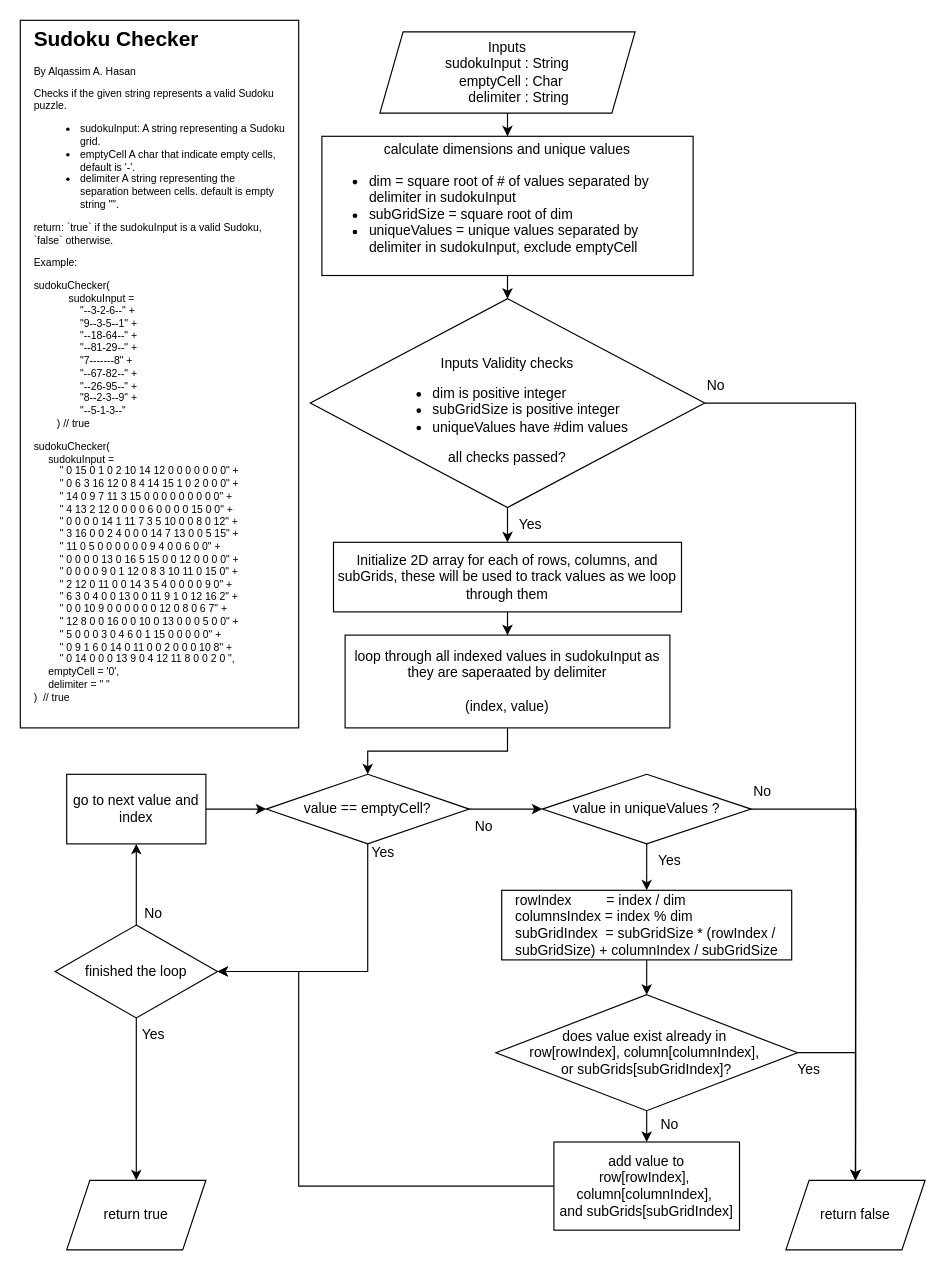
This is src/tasks/sudokuChecker/sudokuChecker.drawio from Al-Qassim/TheChance2025, a draw.io file, before an edit. Source tidied: cells renumbered, new cells numbered last; positions are measured from the earlier drawing's top-left corner, leaving out a move shared by most shapes. Both pictures are drawn from the tidied source at 116%, with x=0, y=0 at pixel (20, 20).
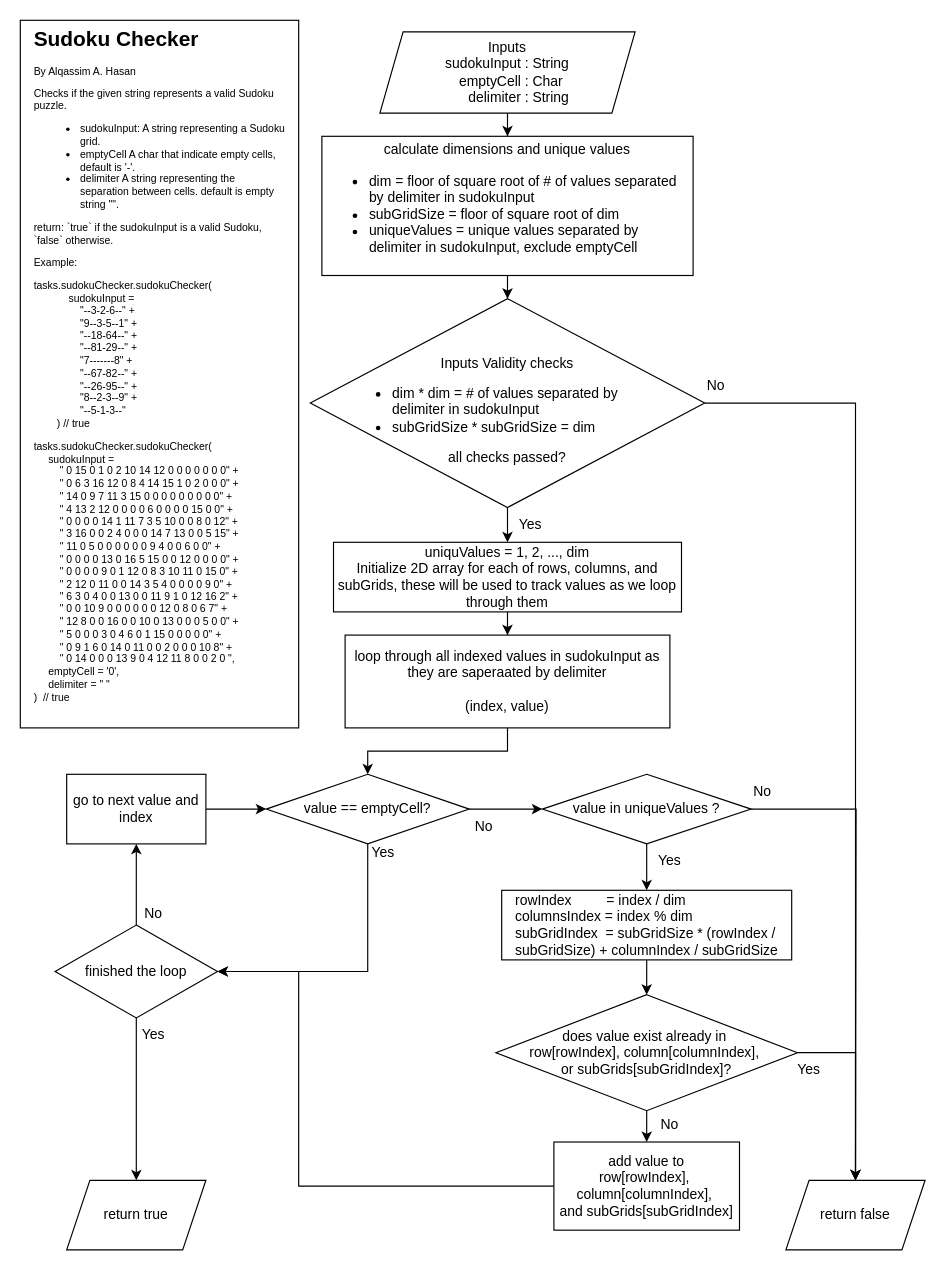
The same diagram, later.

Commit message (it also covers changes not shown here):
made the SudokuAnalyzer class for the sudoku checker

Diff of the diagram source:
```diff
@@
-    <mxCell id="4" value="&lt;h1 style=&quot;margin-top: 0px;&quot;&gt;Sudoku Checker&lt;/h1&gt;&lt;p style=&quot;line-height: 100%;&quot;&gt;By Alqassim A. Hasan&lt;/p&gt;&lt;p&gt;Checks if the given string represents a valid Sudoku puzzle.&lt;/p&gt;&lt;ul&gt;&lt;li&gt;sudokuInput: A string representing a Sudoku grid.&lt;/li&gt;&lt;li&gt;emptyCell A char that indicate empty cells, default is '-'.&lt;/li&gt;&lt;li&gt;delimiter A string representing the separation between cells. default is empty string &quot;&quot;.&lt;/li&gt;&lt;/ul&gt;&lt;p&gt;return: `true` if the sudokuInput is a valid Sudoku, `false` otherwise.&lt;br&gt;&lt;/p&gt;&lt;p&gt;Example:&lt;/p&gt;&lt;p&gt;sudokuChecker(&lt;br&gt;&amp;nbsp;&amp;nbsp;&amp;nbsp;&amp;nbsp;&amp;nbsp;&amp;nbsp;&amp;nbsp;&amp;nbsp;&amp;nbsp;&amp;nbsp;&amp;nbsp; sudokuInput =&lt;br&gt;&amp;nbsp;&amp;nbsp;&amp;nbsp;&amp;nbsp;&amp;nbsp;&amp;nbsp;&amp;nbsp;&amp;nbsp;&amp;nbsp;&amp;nbsp;&amp;nbsp;&amp;nbsp;&amp;nbsp;&amp;nbsp;&amp;nbsp; &quot;--3-2-6--&quot; +&lt;br&gt;&amp;nbsp;&amp;nbsp;&amp;nbsp;&amp;nbsp;&amp;nbsp;&amp;nbsp;&amp;nbsp;&amp;nbsp;&amp;nbsp;&amp;nbsp;&amp;nbsp;&amp;nbsp;&amp;nbsp;&amp;nbsp;&amp;nbsp; &quot;9--3-5--1&quot; +&lt;br&gt;&amp;nbsp;&amp;nbsp;&amp;nbsp;&amp;nbsp;&amp;nbsp;&amp;nbsp;&amp;nbsp;&amp;nbsp;&amp;nbsp;&amp;nbsp;&amp;nbsp;&amp;nbsp;&amp;nbsp;&amp;nbsp;&amp;nbsp; &quot;--18-64--&quot; +&lt;br&gt;&amp;nbsp;&amp;nbsp;&amp;nbsp;&amp;nbsp;&amp;nbsp;&amp;nbsp;&amp;nbsp;&amp;nbsp;&amp;nbsp;&amp;nbsp;&amp;nbsp;&amp;nbsp;&amp;nbsp;&amp;nbsp;&amp;nbsp; &quot;--81-29--&quot; +&lt;br&gt;&amp;nbsp;&amp;nbsp;&amp;nbsp;&amp;nbsp;&amp;nbsp;&amp;nbsp;&amp;nbsp;&amp;nbsp;&amp;nbsp;&amp;nbsp;&amp;nbsp;&amp;nbsp;&amp;nbsp;&amp;nbsp;&amp;nbsp; &quot;7-------8&quot; +&lt;br&gt;&amp;nbsp;&amp;nbsp;&amp;nbsp;&amp;nbsp;&amp;nbsp;&amp;nbsp;&amp;nbsp;&amp;nbsp;&amp;nbsp;&amp;nbsp;&amp;nbsp;&amp;nbsp;&amp;nbsp;&amp;nbsp;&amp;nbsp; &quot;--67-82--&quot; +&lt;br&gt;&amp;nbsp;&amp;nbsp;&amp;nbsp;&amp;nbsp;&amp;nbsp;&amp;nbsp;&amp;nbsp;&amp;nbsp;&amp;nbsp;&amp;nbsp;&amp;nbsp;&amp;nbsp;&amp;nbsp;&amp;nbsp;&amp;nbsp; &quot;--26-95--&quot; +&lt;br&gt;&amp;nbsp;&amp;nbsp;&amp;nbsp;&amp;nbsp;&amp;nbsp;&amp;nbsp;&amp;nbsp;&amp;nbsp;&amp;nbsp;&amp;nbsp;&amp;nbsp;&amp;nbsp;&amp;nbsp;&amp;nbsp;&amp;nbsp; &quot;8--2-3--9&quot; +&lt;br&gt;&amp;nbsp;&amp;nbsp;&amp;nbsp;&amp;nbsp;&amp;nbsp;&amp;nbsp;&amp;nbsp;&amp;nbsp;&amp;nbsp;&amp;nbsp;&amp;nbsp;&amp;nbsp;&amp;nbsp;&amp;nbsp;&amp;nbsp; &quot;--5-1-3--&quot;&lt;br&gt;&amp;nbsp;&amp;nbsp;&amp;nbsp;&amp;nbsp;&amp;nbsp;&amp;nbsp;&amp;nbsp; ) // true&lt;/p&gt;&lt;p&gt;sudokuChecker(&lt;br&gt;&amp;nbsp;&amp;nbsp;&amp;nbsp;&amp;nbsp; sudokuInput =&lt;br&gt;&amp;nbsp;&amp;nbsp;&amp;nbsp;&amp;nbsp;&amp;nbsp;&amp;nbsp;&amp;nbsp;&amp;nbsp; &quot; 0 15 0 1 0 2 10 14 12 0 0 0 0 0 0 0&quot; +&lt;br&gt;&amp;nbsp;&amp;nbsp;&amp;nbsp;&amp;nbsp;&amp;nbsp;&amp;nbsp;&amp;nbsp;&amp;nbsp; &quot; 0 6 3 16 12 0 8 4 14 15 1 0 2 0 0 0&quot; +&lt;br&gt;&amp;nbsp;&amp;nbsp;&amp;nbsp;&amp;nbsp;&amp;nbsp;&amp;nbsp;&amp;nbsp;&amp;nbsp; &quot; 14 0 9 7 11 3 15 0 0 0 0 0 0 0 0 0&quot; +&lt;br&gt;&amp;nbsp;&amp;nbsp;&amp;nbsp;&amp;nbsp;&amp;nbsp;&amp;nbsp;&amp;nbsp;&amp;nbsp; &quot; 4 13 2 12 0 0 0 0 6 0 0 0 0 15 0 0&quot; +&lt;br&gt;&amp;nbsp;&amp;nbsp;&amp;nbsp;&amp;nbsp;&amp;nbsp;&amp;nbsp;&amp;nbsp;&amp;nbsp; &quot; 0 0 0 0 14 1 11 7 3 5 10 0 0 8 0 12&quot; +&lt;br&gt;&amp;nbsp;&amp;nbsp;&amp;nbsp;&amp;nbsp;&amp;nbsp;&amp;nbsp;&amp;nbsp;&amp;nbsp; &quot; 3 16 0 0 2 4 0 0 0 14 7 13 0 0 5 15&quot; +&lt;br&gt;&amp;nbsp;&amp;nbsp;&amp;nbsp;&amp;nbsp;&amp;nbsp;&amp;nbsp;&amp;nbsp;&amp;nbsp; &quot; 11 0 5 0 0 0 0 0 0 9 4 0 0 6 0 0&quot; +&lt;br&gt;&amp;nbsp;&amp;nbsp;&amp;nbsp;&amp;nbsp;&amp;nbsp;&amp;nbsp;&amp;nbsp;&amp;nbsp; &quot; 0 0 0 0 13 0 16 5 15 0 0 12 0 0 0 0&quot; +&lt;br&gt;&amp;nbsp;&amp;nbsp;&amp;nbsp;&amp;nbsp;&amp;nbsp;&amp;nbsp;&amp;nbsp;&amp;nbsp; &quot; 0 0 0 0 9 0 1 12 0 8 3 10 11 0 15 0&quot; +&lt;br&gt;&amp;nbsp;&amp;nbsp;&amp;nbsp;&amp;nbsp;&amp;nbsp;&amp;nbsp;&amp;nbsp;&amp;nbsp; &quot; 2 12 0 11 0 0 14 3 5 4 0 0 0 0 9 0&quot; +&lt;br&gt;&amp;nbsp;&amp;nbsp;&amp;nbsp;&amp;nbsp;&amp;nbsp;&amp;nbsp;&amp;nbsp;&amp;nbsp; &quot; 6 3 0 4 0 0 13 0 0 11 9 1 0 12 16 2&quot; +&lt;br&gt;&amp;nbsp;&amp;nbsp;&amp;nbsp;&amp;nbsp;&amp;nbsp;&amp;nbsp;&amp;nbsp;&amp;nbsp; &quot; 0 0 10 9 0 0 0 0 0 0 12 0 8 0 6 7&quot; +&lt;br&gt;&amp;nbsp;&amp;nbsp;&amp;nbsp;&amp;nbsp;&amp;nbsp;&amp;nbsp;&amp;nbsp;&amp;nbsp; &quot; 12 8 0 0 16 0 0 10 0 13 0 0 0 5 0 0&quot; +&lt;br&gt;&amp;nbsp;&amp;nbsp;&amp;nbsp;&amp;nbsp;&amp;nbsp;&amp;nbsp;&amp;nbsp;&amp;nbsp; &quot; 5 0 0 0 3 0 4 6 0 1 15 0 0 0 0 0&quot; +&lt;br&gt;&amp;nbsp;&amp;nbsp;&amp;nbsp;&amp;nbsp;&amp;nbsp;&amp;nbsp;&amp;nbsp;&amp;nbsp; &quot; 0 9 1 6 0 14 0 11 0 0 2 0 0 0 10 8&quot; +&lt;br&gt;&amp;nbsp;&amp;nbsp;&amp;nbsp;&amp;nbsp;&amp;nbsp;&amp;nbsp;&amp;nbsp;&amp;nbsp; &quot; 0 14 0 0 0 13 9 0 4 12 11 8 0 0 2 0 &quot;,&lt;br&gt;&amp;nbsp;&amp;nbsp;&amp;nbsp;&amp;nbsp; emptyCell = '0',&lt;br&gt;&amp;nbsp;&amp;nbsp;&amp;nbsp;&amp;nbsp; delimiter = &quot; &quot;&lt;br&gt;)&amp;nbsp; // true&lt;/p&gt;" style="text;html=1;whiteSpace=wrap;overflow=hidden;rounded=0;fillColor=default;strokeColor=default;spacingLeft=10;spacingRight=10;fontSize=9;" parent="1" vertex="1">
+    <mxCell id="4" value="&lt;h1 style=&quot;margin-top: 0px;&quot;&gt;Sudoku Checker&lt;/h1&gt;&lt;p style=&quot;line-height: 100%;&quot;&gt;By Alqassim A. Hasan&lt;/p&gt;&lt;p&gt;Checks if the given string represents a valid Sudoku puzzle.&lt;/p&gt;&lt;ul&gt;&lt;li&gt;sudokuInput: A string representing a Sudoku grid.&lt;/li&gt;&lt;li&gt;emptyCell A char that indicate empty cells, default is '-'.&lt;/li&gt;&lt;li&gt;delimiter A string representing the separation between cells. default is empty string &quot;&quot;.&lt;/li&gt;&lt;/ul&gt;&lt;p&gt;return: `true` if the sudokuInput is a valid Sudoku, `false` otherwise.&lt;br&gt;&lt;/p&gt;&lt;p&gt;Example:&lt;/p&gt;&lt;p&gt;tasks.sudokuChecker.sudokuChecker(&lt;br&gt;&amp;nbsp;&amp;nbsp;&amp;nbsp;&amp;nbsp;&amp;nbsp;&amp;nbsp;&amp;nbsp;&amp;nbsp;&amp;nbsp;&amp;nbsp;&amp;nbsp; sudokuInput =&lt;br&gt;&amp;nbsp;&amp;nbsp;&amp;nbsp;&amp;nbsp;&amp;nbsp;&amp;nbsp;&amp;nbsp;&amp;nbsp;&amp;nbsp;&amp;nbsp;&amp;nbsp;&amp;nbsp;&amp;nbsp;&amp;nbsp;&amp;nbsp; &quot;--3-2-6--&quot; +&lt;br&gt;&amp;nbsp;&amp;nbsp;&amp;nbsp;&amp;nbsp;&amp;nbsp;&amp;nbsp;&amp;nbsp;&amp;nbsp;&amp;nbsp;&amp;nbsp;&amp;nbsp;&amp;nbsp;&amp;nbsp;&amp;nbsp;&amp;nbsp; &quot;9--3-5--1&quot; +&lt;br&gt;&amp;nbsp;&amp;nbsp;&amp;nbsp;&amp;nbsp;&amp;nbsp;&amp;nbsp;&amp;nbsp;&amp;nbsp;&amp;nbsp;&amp;nbsp;&amp;nbsp;&amp;nbsp;&amp;nbsp;&amp;nbsp;&amp;nbsp; &quot;--18-64--&quot; +&lt;br&gt;&amp;nbsp;&amp;nbsp;&amp;nbsp;&amp;nbsp;&amp;nbsp;&amp;nbsp;&amp;nbsp;&amp;nbsp;&amp;nbsp;&amp;nbsp;&amp;nbsp;&amp;nbsp;&amp;nbsp;&amp;nbsp;&amp;nbsp; &quot;--81-29--&quot; +&lt;br&gt;&amp;nbsp;&amp;nbsp;&amp;nbsp;&amp;nbsp;&amp;nbsp;&amp;nbsp;&amp;nbsp;&amp;nbsp;&amp;nbsp;&amp;nbsp;&amp;nbsp;&amp;nbsp;&amp;nbsp;&amp;nbsp;&amp;nbsp; &quot;7-------8&quot; +&lt;br&gt;&amp;nbsp;&amp;nbsp;&amp;nbsp;&amp;nbsp;&amp;nbsp;&amp;nbsp;&amp;nbsp;&amp;nbsp;&amp;nbsp;&amp;nbsp;&amp;nbsp;&amp;nbsp;&amp;nbsp;&amp;nbsp;&amp;nbsp; &quot;--67-82--&quot; +&lt;br&gt;&amp;nbsp;&amp;nbsp;&amp;nbsp;&amp;nbsp;&amp;nbsp;&amp;nbsp;&amp;nbsp;&amp;nbsp;&amp;nbsp;&amp;nbsp;&amp;nbsp;&amp;nbsp;&amp;nbsp;&amp;nbsp;&amp;nbsp; &quot;--26-95--&quot; +&lt;br&gt;&amp;nbsp;&amp;nbsp;&amp;nbsp;&amp;nbsp;&amp;nbsp;&amp;nbsp;&amp;nbsp;&amp;nbsp;&amp;nbsp;&amp;nbsp;&amp;nbsp;&amp;nbsp;&amp;nbsp;&amp;nbsp;&amp;nbsp; &quot;8--2-3--9&quot; +&lt;br&gt;&amp;nbsp;&amp;nbsp;&amp;nbsp;&amp;nbsp;&amp;nbsp;&amp;nbsp;&amp;nbsp;&amp;nbsp;&amp;nbsp;&amp;nbsp;&amp;nbsp;&amp;nbsp;&amp;nbsp;&amp;nbsp;&amp;nbsp; &quot;--5-1-3--&quot;&lt;br&gt;&amp;nbsp;&amp;nbsp;&amp;nbsp;&amp;nbsp;&amp;nbsp;&amp;nbsp;&amp;nbsp; ) // true&lt;/p&gt;&lt;p&gt;tasks.sudokuChecker.sudokuChecker(&lt;br&gt;&amp;nbsp;&amp;nbsp;&amp;nbsp;&amp;nbsp; sudokuInput =&lt;br&gt;&amp;nbsp;&amp;nbsp;&amp;nbsp;&amp;nbsp;&amp;nbsp;&amp;nbsp;&amp;nbsp;&amp;nbsp; &quot; 0 15 0 1 0 2 10 14 12 0 0 0 0 0 0 0&quot; +&lt;br&gt;&amp;nbsp;&amp;nbsp;&amp;nbsp;&amp;nbsp;&amp;nbsp;&amp;nbsp;&amp;nbsp;&amp;nbsp; &quot; 0 6 3 16 12 0 8 4 14 15 1 0 2 0 0 0&quot; +&lt;br&gt;&amp;nbsp;&amp;nbsp;&amp;nbsp;&amp;nbsp;&amp;nbsp;&amp;nbsp;&amp;nbsp;&amp;nbsp; &quot; 14 0 9 7 11 3 15 0 0 0 0 0 0 0 0 0&quot; +&lt;br&gt;&amp;nbsp;&amp;nbsp;&amp;nbsp;&amp;nbsp;&amp;nbsp;&amp;nbsp;&amp;nbsp;&amp;nbsp; &quot; 4 13 2 12 0 0 0 0 6 0 0 0 0 15 0 0&quot; +&lt;br&gt;&amp;nbsp;&amp;nbsp;&amp;nbsp;&amp;nbsp;&amp;nbsp;&amp;nbsp;&amp;nbsp;&amp;nbsp; &quot; 0 0 0 0 14 1 11 7 3 5 10 0 0 8 0 12&quot; +&lt;br&gt;&amp;nbsp;&amp;nbsp;&amp;nbsp;&amp;nbsp;&amp;nbsp;&amp;nbsp;&amp;nbsp;&amp;nbsp; &quot; 3 16 0 0 2 4 0 0 0 14 7 13 0 0 5 15&quot; +&lt;br&gt;&amp;nbsp;&amp;nbsp;&amp;nbsp;&amp;nbsp;&amp;nbsp;&amp;nbsp;&amp;nbsp;&amp;nbsp; &quot; 11 0 5 0 0 0 0 0 0 9 4 0 0 6 0 0&quot; +&lt;br&gt;&amp;nbsp;&amp;nbsp;&amp;nbsp;&amp;nbsp;&amp;nbsp;&amp;nbsp;&amp;nbsp;&amp;nbsp; &quot; 0 0 0 0 13 0 16 5 15 0 0 12 0 0 0 0&quot; +&lt;br&gt;&amp;nbsp;&amp;nbsp;&amp;nbsp;&amp;nbsp;&amp;nbsp;&amp;nbsp;&amp;nbsp;&amp;nbsp; &quot; 0 0 0 0 9 0 1 12 0 8 3 10 11 0 15 0&quot; +&lt;br&gt;&amp;nbsp;&amp;nbsp;&amp;nbsp;&amp;nbsp;&amp;nbsp;&amp;nbsp;&amp;nbsp;&amp;nbsp; &quot; 2 12 0 11 0 0 14 3 5 4 0 0 0 0 9 0&quot; +&lt;br&gt;&amp;nbsp;&amp;nbsp;&amp;nbsp;&amp;nbsp;&amp;nbsp;&amp;nbsp;&amp;nbsp;&amp;nbsp; &quot; 6 3 0 4 0 0 13 0 0 11 9 1 0 12 16 2&quot; +&lt;br&gt;&amp;nbsp;&amp;nbsp;&amp;nbsp;&amp;nbsp;&amp;nbsp;&amp;nbsp;&amp;nbsp;&amp;nbsp; &quot; 0 0 10 9 0 0 0 0 0 0 12 0 8 0 6 7&quot; +&lt;br&gt;&amp;nbsp;&amp;nbsp;&amp;nbsp;&amp;nbsp;&amp;nbsp;&amp;nbsp;&amp;nbsp;&amp;nbsp; &quot; 12 8 0 0 16 0 0 10 0 13 0 0 0 5 0 0&quot; +&lt;br&gt;&amp;nbsp;&amp;nbsp;&amp;nbsp;&amp;nbsp;&amp;nbsp;&amp;nbsp;&amp;nbsp;&amp;nbsp; &quot; 5 0 0 0 3 0 4 6 0 1 15 0 0 0 0 0&quot; +&lt;br&gt;&amp;nbsp;&amp;nbsp;&amp;nbsp;&amp;nbsp;&amp;nbsp;&amp;nbsp;&amp;nbsp;&amp;nbsp; &quot; 0 9 1 6 0 14 0 11 0 0 2 0 0 0 10 8&quot; +&lt;br&gt;&amp;nbsp;&amp;nbsp;&amp;nbsp;&amp;nbsp;&amp;nbsp;&amp;nbsp;&amp;nbsp;&amp;nbsp; &quot; 0 14 0 0 0 13 9 0 4 12 11 8 0 0 2 0 &quot;,&lt;br&gt;&amp;nbsp;&amp;nbsp;&amp;nbsp;&amp;nbsp; emptyCell = '0',&lt;br&gt;&amp;nbsp;&amp;nbsp;&amp;nbsp;&amp;nbsp; delimiter = &quot; &quot;&lt;br&gt;)&amp;nbsp; // true&lt;/p&gt;" style="text;html=1;whiteSpace=wrap;overflow=hidden;rounded=0;fillColor=default;strokeColor=default;spacingLeft=10;spacingRight=10;fontSize=9;" parent="1" vertex="1">
       <mxGeometry width="240" height="610" as="geometry" />
     </mxCell>
@@
-    <mxCell id="6" value="&lt;div&gt;calculate dimensions and unique values &lt;br&gt;&lt;/div&gt;&lt;div align=&quot;left&quot;&gt;&lt;ul&gt;&lt;li&gt;dim = square root of # of values separated by delimiter in sudokuInput&amp;nbsp;&lt;/li&gt;&lt;li&gt;subGridSize = square root of dim&lt;/li&gt;&lt;li&gt;uniqueValues = unique values separated by delimiter in sudokuInput, exclude emptyCell &lt;br&gt;&lt;/li&gt;&lt;/ul&gt;&lt;/div&gt;" style="whiteSpace=wrap;html=1;" parent="1" vertex="1">
+    <mxCell id="6" value="&lt;div&gt;calculate dimensions and unique values &lt;br&gt;&lt;/div&gt;&lt;div align=&quot;left&quot;&gt;&lt;ul&gt;&lt;li&gt;dim = floor of square root of # of values separated by delimiter in sudokuInput&amp;nbsp;&lt;/li&gt;&lt;li&gt;subGridSize = floor of square root of dim&lt;/li&gt;&lt;li&gt;uniqueValues = unique values separated by delimiter in sudokuInput, exclude emptyCell &lt;br&gt;&lt;/li&gt;&lt;/ul&gt;&lt;/div&gt;" style="whiteSpace=wrap;html=1;" parent="1" vertex="1">
       <mxGeometry x="260" y="100" width="320" height="120" as="geometry" />
     </mxCell>
@@
-    <mxCell id="9" value="&lt;blockquote&gt;Inputs Validity checks&lt;/blockquote&gt;&lt;div align=&quot;left&quot;&gt;&lt;ul&gt;&lt;li&gt;dim is positive integer&lt;/li&gt;&lt;li&gt;subGridSize is positive integer&lt;/li&gt;&lt;li&gt;uniqueValues have #dim values &lt;/li&gt;&lt;/ul&gt;&lt;/div&gt;&lt;div&gt;all checks passed?&lt;/div&gt;" style="rhombus;whiteSpace=wrap;html=1;spacingRight=30;spacingLeft=30;" parent="1" vertex="1">
+    <mxCell id="9" value="&lt;blockquote&gt;Inputs Validity checks&lt;/blockquote&gt;&lt;div align=&quot;left&quot;&gt;&lt;ul&gt;&lt;li&gt;dim * dim = # of values separated by delimiter in sudokuInput &lt;br&gt;&lt;/li&gt;&lt;li&gt;subGridSize * subGridSize = dim&lt;/li&gt;&lt;/ul&gt;&lt;/div&gt;&lt;div&gt;all checks passed?&lt;/div&gt;" style="rhombus;whiteSpace=wrap;html=1;spacingRight=30;spacingLeft=30;" parent="1" vertex="1">
       <mxGeometry x="250" y="240" width="340" height="180" as="geometry" />
     </mxCell>
@@
-    <mxCell id="13" value="Initialize 2D array for each of rows, columns, and subGrids, these will be used to track values as we loop through them" style="whiteSpace=wrap;html=1;spacingRight=0;spacingLeft=0;" parent="1" vertex="1">
+    <mxCell id="13" value="&lt;div&gt;uniquValues = 1, 2, ..., dim &lt;/div&gt;&lt;div&gt;Initialize 2D array for each of rows, columns, and subGrids, these will be used to track values as we loop through them&lt;/div&gt;" style="whiteSpace=wrap;html=1;spacingRight=0;spacingLeft=0;" parent="1" vertex="1">
       <mxGeometry x="270" y="450" width="300" height="60" as="geometry" />
     </mxCell>
```
